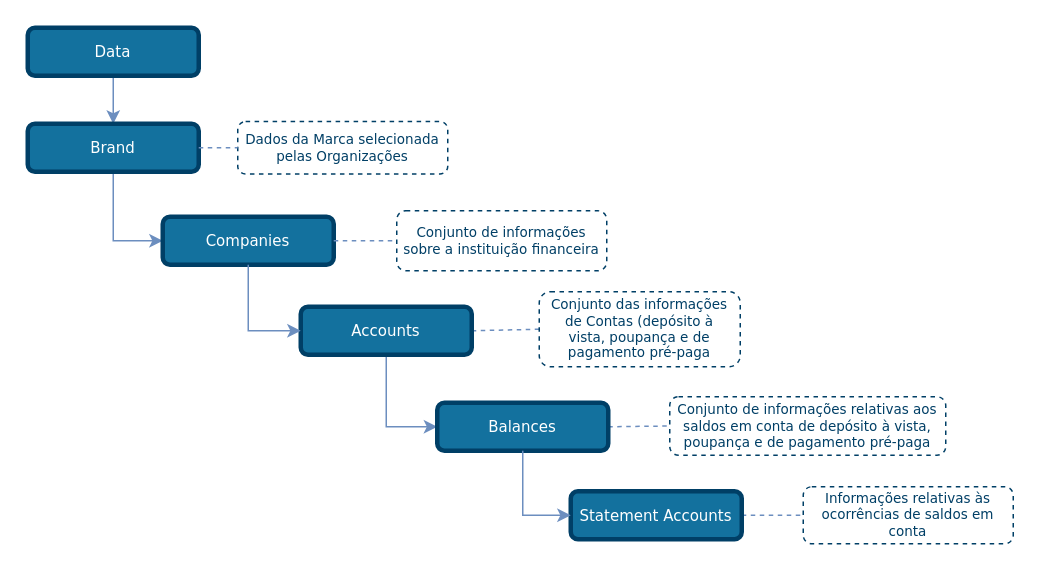
This is draw_io_diagrams/accounts/TLD_Accounts_Balances.drawio from OpenBanking-Brasil/areadesenvolvedor, a draw.io file, before an edit. Source tidied: cells renumbered, new cells numbered last; positions are measured from the earlier drawing's top-left corner, leaving out a move shared by most shapes. Both pictures are drawn from the tidied source at 150%, with x=0, y=0 at pixel (27, 27).
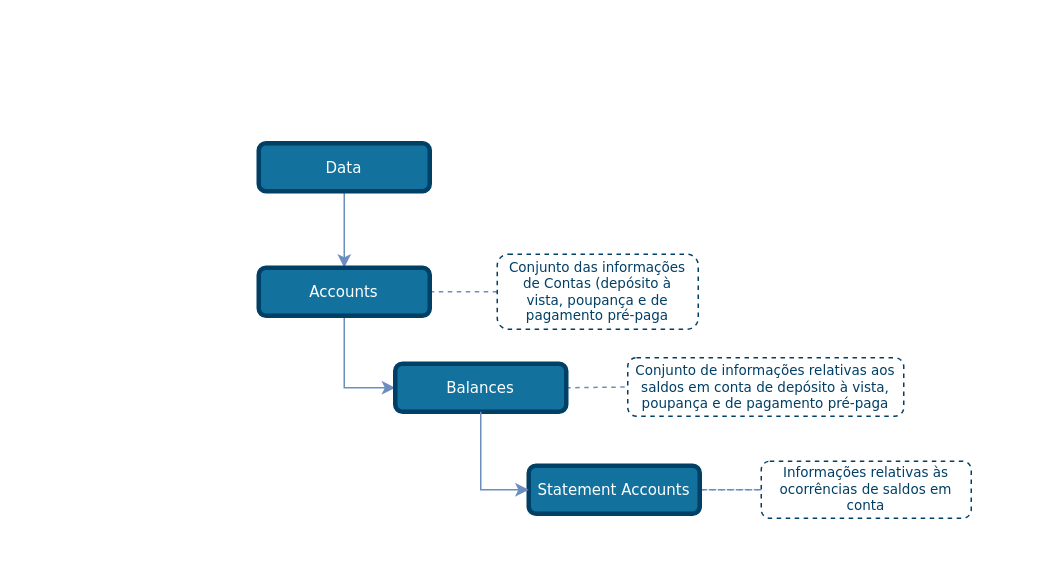
The same page after the edit.

Commit message (it also covers changes not shown here):
Accounts - Update tld

The edit, as a diff of the source:
```diff
@@
-    <mxCell id="3" style="edgeStyle=orthogonalEdgeStyle;rounded=0;jettySize=auto;html=1;exitX=0.5;exitY=1;exitDx=0;exitDy=0;entryX=0.5;entryY=0;entryDx=0;entryDy=0;endSize=6;fillColor=#dae8fc;strokeColor=#6c8ebf;comic=0;shadow=0;backgroundOutline=0;snapToPoint=0;fixDash=0;endArrow=classic;endFill=1;" parent="1" edge="1" source="4" target="11">
+    <mxCell id="3" style="edgeStyle=orthogonalEdgeStyle;rounded=0;jettySize=auto;html=1;entryX=0.5;entryY=0;entryDx=0;entryDy=0;endSize=6;fillColor=#dae8fc;strokeColor=#6c8ebf;comic=0;shadow=0;backgroundOutline=0;snapToPoint=0;fixDash=0;endArrow=classic;endFill=1;exitX=0.5;exitY=1;exitDx=0;exitDy=0;" parent="1" edge="1" source="4" target="7">
       <mxGeometry relative="1" as="geometry" />
     </mxCell>
-    <mxCell id="4" value="Data" style="rounded=1;whiteSpace=wrap;html=1;comic=0;shadow=0;backgroundOutline=0;snapToPoint=0;fixDash=0;strokeWidth=3;fontFamily=Verdana;fontStyle=0;labelBackgroundColor=none;labelBorderColor=none;fontSize=10;fillColor=#13719E;strokeColor=#003F66;fontColor=#ffffff;" parent="1" vertex="1">
-      <mxGeometry width="114" height="32" as="geometry" />
-    </mxCell>
@@
     <mxCell id="7" value="Accounts" style="rounded=1;whiteSpace=wrap;html=1;comic=0;shadow=0;backgroundOutline=0;snapToPoint=0;fixDash=0;strokeWidth=3;fontFamily=Verdana;fontStyle=0;labelBackgroundColor=none;labelBorderColor=none;fontSize=10;fillColor=#13719E;strokeColor=#003F66;fontColor=#ffffff;" parent="1" vertex="1">
-      <mxGeometry x="182" y="186" width="114" height="32" as="geometry" />
+      <mxGeometry x="154" y="160" width="114" height="32" as="geometry" />
     </mxCell>
     <mxCell id="8" value="&lt;font style=&quot;font-size: 9px&quot;&gt;Conjunto das informações de Contas (depósito à vista, poupança e de pagamento pré-paga&lt;/font&gt;" style="rounded=1;whiteSpace=wrap;html=1;shadow=0;comic=0;strokeColor=#003F66;strokeWidth=1;fillColor=#ffffff;fontFamily=Verdana;fontSize=9;fontColor=#003F66;dashed=1;spacingLeft=5;spacing=0;spacingRight=5;spacingBottom=5;spacingTop=5;align=center;verticalAlign=middle;gradientColor=#ffffff;" parent="1" vertex="1">
-      <mxGeometry x="341" y="176" width="134" height="50" as="geometry" />
+      <mxGeometry x="313" y="151" width="134" height="50" as="geometry" />
     </mxCell>
     <mxCell id="9" value="Balances" style="rounded=1;whiteSpace=wrap;html=1;comic=0;shadow=0;backgroundOutline=0;snapToPoint=0;fixDash=0;strokeWidth=3;fontFamily=Verdana;fontStyle=0;labelBackgroundColor=none;labelBorderColor=none;fontSize=10;fillColor=#13719E;strokeColor=#003F66;fontColor=#ffffff;" parent="1" vertex="1">
-      <mxGeometry x="273" y="250" width="114" height="32" as="geometry" />
+      <mxGeometry x="245" y="224" width="114" height="32" as="geometry" />
     </mxCell>
-    <mxCell id="10" style="edgeStyle=orthogonalEdgeStyle;rounded=0;jettySize=auto;html=1;entryX=0;entryY=0.5;entryDx=0;entryDy=0;shadow=0;strokeColor=#6c8ebf;fillColor=#dae8fc;endFill=1;endSize=6;comic=0;exitX=0.5;exitY=1;exitDx=0;exitDy=0;" parent="1" edge="1" source="11" target="15">
-      <mxGeometry relative="1" as="geometry" />
-    </mxCell>
-    <mxCell id="11" value="Brand" style="rounded=1;whiteSpace=wrap;html=1;comic=0;shadow=0;backgroundOutline=0;snapToPoint=0;fixDash=0;strokeWidth=3;fontFamily=Verdana;fontStyle=0;labelBackgroundColor=none;labelBorderColor=none;fontSize=10;fillColor=#13719E;strokeColor=#003F66;fontColor=#ffffff;" parent="1" vertex="1">
-      <mxGeometry y="64" width="114" height="32" as="geometry" />
-    </mxCell>
-    <mxCell id="12" value="Dados da Marca selecionada pelas Organizações" style="rounded=1;whiteSpace=wrap;html=1;shadow=0;comic=0;strokeColor=#003F66;strokeWidth=1;fillColor=#ffffff;fontFamily=Verdana;fontSize=9;fontColor=#003F66;dashed=1;spacingLeft=5;spacing=0;spacingRight=5;spacingBottom=5;spacingTop=5;align=center;verticalAlign=middle;gradientColor=#ffffff;" parent="1" vertex="1">
-      <mxGeometry x="140" y="62.5" width="140" height="35" as="geometry" />
-    </mxCell>
-    <mxCell id="13" style="edgeStyle=none;rounded=1;jettySize=auto;html=1;exitX=1;exitY=0.5;exitDx=0;exitDy=0;entryX=0;entryY=0.5;entryDx=0;entryDy=0;dashed=1;endArrow=none;endFill=0;endSize=6;strokeColor=#6C8EBF;" parent="1" edge="1" source="11" target="12">
-      <mxGeometry relative="1" as="geometry" />
-    </mxCell>
     <mxCell id="14" value="&lt;font style=&quot;font-size: 9px&quot;&gt;Conjunto de informações relativas aos saldos em conta de depósito à vista, poupança e de pagamento pré-paga&lt;/font&gt;" style="rounded=1;whiteSpace=wrap;html=1;shadow=0;comic=0;strokeColor=#003F66;strokeWidth=1;fillColor=#ffffff;fontFamily=Verdana;fontSize=9;fontColor=#003F66;dashed=1;spacingLeft=5;spacing=0;spacingRight=5;spacingBottom=5;spacingTop=5;align=center;verticalAlign=middle;gradientColor=#ffffff;" parent="1" vertex="1">
-      <mxGeometry x="428" y="246" width="184" height="39" as="geometry" />
+      <mxGeometry x="400" y="220" width="184" height="39" as="geometry" />
     </mxCell>
-    <mxCell id="15" value="Companies" style="rounded=1;whiteSpace=wrap;html=1;comic=0;shadow=0;backgroundOutline=0;snapToPoint=0;fixDash=0;strokeWidth=3;fontFamily=Verdana;fontStyle=0;labelBackgroundColor=none;labelBorderColor=none;fontSize=10;fillColor=#13719E;strokeColor=#003F66;fontColor=#ffffff;" parent="1" vertex="1">
-      <mxGeometry x="90" y="126" width="114" height="32" as="geometry" />
-    </mxCell>
-    <mxCell id="16" style="edgeStyle=orthogonalEdgeStyle;rounded=0;jettySize=auto;html=1;entryX=0;entryY=0.5;entryDx=0;entryDy=0;shadow=0;strokeColor=#6c8ebf;fillColor=#dae8fc;endFill=1;endSize=6;comic=0;exitX=0.5;exitY=1;exitDx=0;exitDy=0;" parent="1" edge="1" source="15" target="7">
-      <mxGeometry relative="1" as="geometry" />
-    </mxCell>
-    <mxCell id="17" style="edgeStyle=none;rounded=1;jettySize=auto;html=1;exitX=1;exitY=0.5;exitDx=0;exitDy=0;entryX=0;entryY=0.5;entryDx=0;entryDy=0;dashed=1;endArrow=none;endFill=0;endSize=6;strokeColor=#6C8EBF;" parent="1" edge="1" source="15" target="18">
-      <mxGeometry relative="1" as="geometry" />
-    </mxCell>
-    <mxCell id="18" value="&lt;font style=&quot;font-size: 9px&quot;&gt;Conjunto de informações sobre a instituição financeira&lt;/font&gt;" style="rounded=1;whiteSpace=wrap;html=1;shadow=0;comic=0;strokeColor=#003F66;strokeWidth=1;fillColor=#ffffff;gradientColor=#ffffff;fontFamily=Verdana;fontSize=9;fontColor=#003F66;dashed=1;spacingLeft=5;spacing=0;spacingRight=5;spacingBottom=5;spacingTop=5;align=center;verticalAlign=middle;" parent="1" vertex="1">
-      <mxGeometry x="246" y="122" width="140" height="40" as="geometry" />
-    </mxCell>
@@
     <mxCell id="20" value="Statement Accounts" style="rounded=1;whiteSpace=wrap;html=1;comic=0;shadow=0;backgroundOutline=0;snapToPoint=0;fixDash=0;strokeWidth=3;fontFamily=Verdana;fontStyle=0;labelBackgroundColor=none;labelBorderColor=none;fontSize=10;fillColor=#13719E;strokeColor=#003F66;fontColor=#ffffff;" parent="1" vertex="1">
-      <mxGeometry x="362" y="309" width="114" height="32" as="geometry" />
+      <mxGeometry x="334" y="292" width="114" height="32" as="geometry" />
     </mxCell>
     <mxCell id="21" value="&lt;font style=&quot;font-size: 9px&quot;&gt;Informações relativas às ocorrências de saldos em conta&lt;/font&gt;" style="rounded=1;whiteSpace=wrap;html=1;shadow=0;comic=0;strokeColor=#003F66;strokeWidth=1;fillColor=#ffffff;fontFamily=Verdana;fontSize=9;fontColor=#003F66;dashed=1;spacingLeft=5;spacing=0;spacingRight=5;spacingBottom=5;spacingTop=5;align=center;verticalAlign=middle;gradientColor=#ffffff;" parent="1" vertex="1">
-      <mxGeometry x="517" y="306" width="140" height="38" as="geometry" />
+      <mxGeometry x="489" y="289" width="140" height="38" as="geometry" />
     </mxCell>
@@
+    <mxCell id="4" value="Data" style="rounded=1;whiteSpace=wrap;html=1;comic=0;shadow=0;backgroundOutline=0;snapToPoint=0;fixDash=0;strokeWidth=3;fontFamily=Verdana;fontStyle=0;labelBackgroundColor=none;labelBorderColor=none;fontSize=10;fillColor=#13719E;strokeColor=#003F66;fontColor=#ffffff;" parent="1" vertex="1">
+      <mxGeometry x="154" y="77" width="114" height="32" as="geometry" />
+    </mxCell>
+    <mxCell id="23" style="edgeStyle=none;rounded=1;orthogonalLoop=1;jettySize=auto;html=1;entryX=0;entryY=0.5;entryDx=0;entryDy=0;dashed=1;endArrow=none;endFill=0;endSize=6;strokeColor=#6C8EBF;exitX=1;exitY=0.5;exitDx=0;exitDy=0;" parent="1" edge="1">
+      <mxGeometry relative="1" as="geometry">
+        <mxPoint x="450" y="308" as="sourcePoint" />
+        <mxPoint x="491" y="308" as="targetPoint" />
+      </mxGeometry>
+    </mxCell>
```
